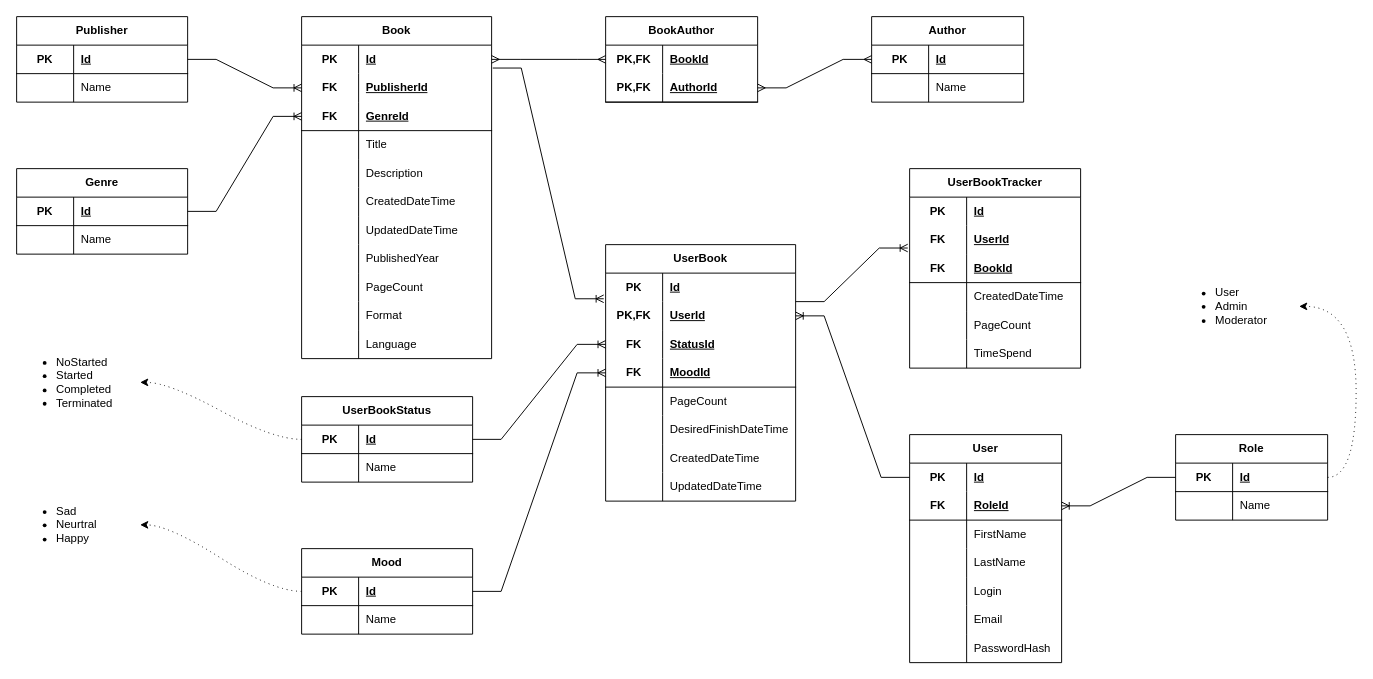
Before: docs/DatabaseDiagram.drawio in norison/BookTracker, a draw.io diagram. Source tidied: cells renumbered, new cells numbered last; positions are measured from the earlier drawing's top-left corner, leaving out a move shared by most shapes. Both pictures are drawn from the tidied source at 95%, with x=0, y=0 at pixel (16, 16).
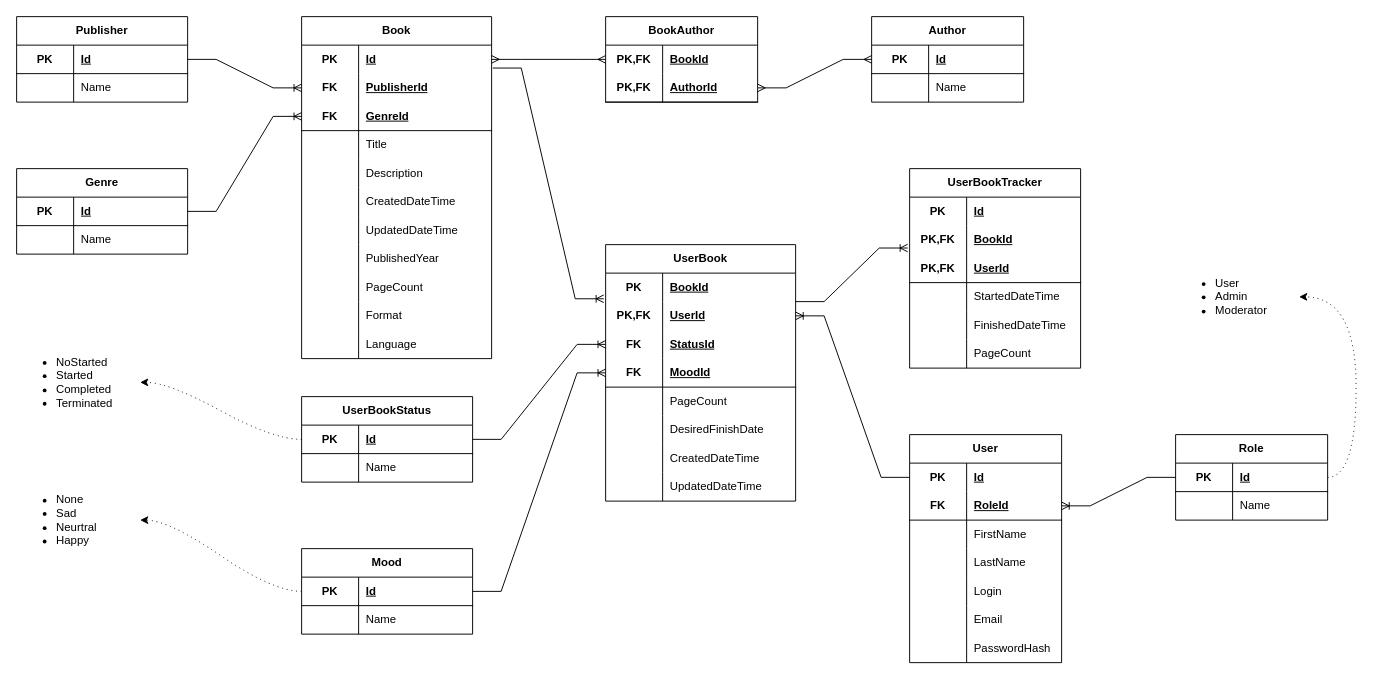
Above is the later version.

The change refers to these unchanged cells:
```xml
<mxCell id="95" style="shape=tableRow;horizontal=0;startSize=0;swimlaneHead=0;swimlaneBody=0;fillColor=none;top=0;left=0;right=0;bottom=0;html=1;" parent="94" vertex="1">
  <mxGeometry y="30" width="200" height="30" as="geometry" />
</mxCell>
<mxCell id="110" style="shape=tableRow;horizontal=0;startSize=0;swimlaneHead=0;swimlaneBody=0;fillColor=none;top=0;left=0;right=0;bottom=0;html=1;" parent="94" vertex="1">
  <mxGeometry y="180" width="200" height="30" as="geometry" />
</mxCell>
<mxCell id="127" value="UserBookTracker" style="shape=table;startSize=30;childLayout=tableLayout;rowLines=0;fontStyle=1;align=center;html=1;whiteSpace=wrap;" parent="1" vertex="1">
  <mxGeometry x="940" y="160" width="180" height="210" as="geometry" />
</mxCell>
<mxCell id="131" style="shape=tableRow;horizontal=0;startSize=0;swimlaneHead=0;swimlaneBody=0;fillColor=none;points=[[0,0.5],[1,0.5]];portConstraint=eastwest;top=0;left=0;right=0;bottom=0;html=1;" parent="127" vertex="1">
  <mxGeometry y="60" width="180" height="30" as="geometry" />
</mxCell>
<mxCell id="134" style="shape=tableRow;horizontal=0;startSize=0;swimlaneHead=0;swimlaneBody=0;fillColor=none;top=0;left=0;right=0;bottom=1;html=1;" parent="127" vertex="1">
  <mxGeometry y="90" width="180" height="30" as="geometry" />
</mxCell>
<mxCell id="137" style="shape=tableRow;horizontal=0;startSize=0;swimlaneHead=0;swimlaneBody=0;fillColor=none;top=0;left=0;right=0;bottom=0;html=1;" parent="127" vertex="1">
  <mxGeometry y="120" width="180" height="30" as="geometry" />
</mxCell>
```

Diff of the diagram source:
```diff
@@
-    <mxCell id="97" value="Id" style="shape=partialRectangle;fillColor=none;top=0;left=0;bottom=0;right=0;align=left;spacingLeft=6;fontStyle=5;overflow=hidden;html=1;whiteSpace=wrap;" parent="95" vertex="1">
+    <mxCell id="97" value="BookId" style="shape=partialRectangle;fillColor=none;top=0;left=0;bottom=0;right=0;align=left;spacingLeft=6;fontStyle=5;overflow=hidden;html=1;whiteSpace=wrap;" parent="95" vertex="1">
       <mxGeometry x="60" width="140" height="30" as="geometry" />
     </mxCell>
@@
-    <mxCell id="112" value="DesiredFinishDateTime" style="shape=partialRectangle;fillColor=none;top=0;left=0;bottom=0;right=0;align=left;spacingLeft=6;overflow=hidden;html=1;whiteSpace=wrap;" parent="110" vertex="1">
+    <mxCell id="112" value="DesiredFinishDate" style="shape=partialRectangle;fillColor=none;top=0;left=0;bottom=0;right=0;align=left;spacingLeft=6;overflow=hidden;html=1;whiteSpace=wrap;" parent="110" vertex="1">
       <mxGeometry x="60" width="140" height="30" as="geometry" />
     </mxCell>
@@
-    <mxCell id="132" value="FK" style="shape=partialRectangle;fillColor=none;top=0;left=0;bottom=0;right=0;fontStyle=1;overflow=hidden;html=1;whiteSpace=wrap;" parent="131" vertex="1">
+    <mxCell id="132" value="PK,FK" style="shape=partialRectangle;fillColor=none;top=0;left=0;bottom=0;right=0;fontStyle=1;overflow=hidden;html=1;whiteSpace=wrap;" parent="131" vertex="1">
       <mxGeometry width="60" height="30" as="geometry" />
     </mxCell>
-    <mxCell id="133" value="UserId" style="shape=partialRectangle;fillColor=none;top=0;left=0;bottom=0;right=0;align=left;spacingLeft=6;fontStyle=5;overflow=hidden;html=1;whiteSpace=wrap;" parent="131" vertex="1">
+    <mxCell id="133" value="BookId" style="shape=partialRectangle;fillColor=none;top=0;left=0;bottom=0;right=0;align=left;spacingLeft=6;fontStyle=5;overflow=hidden;html=1;whiteSpace=wrap;" parent="131" vertex="1">
       <mxGeometry x="60" width="120" height="30" as="geometry" />
     </mxCell>
@@
-    <mxCell id="135" value="FK" style="shape=partialRectangle;fillColor=none;top=0;left=0;bottom=0;right=0;fontStyle=1;overflow=hidden;html=1;whiteSpace=wrap;" parent="134" vertex="1">
+    <mxCell id="135" value="PK,FK" style="shape=partialRectangle;fillColor=none;top=0;left=0;bottom=0;right=0;fontStyle=1;overflow=hidden;html=1;whiteSpace=wrap;" parent="134" vertex="1">
       <mxGeometry width="60" height="30" as="geometry" />
     </mxCell>
-    <mxCell id="136" value="BookId" style="shape=partialRectangle;fillColor=none;top=0;left=0;bottom=0;right=0;align=left;spacingLeft=6;fontStyle=5;overflow=hidden;html=1;whiteSpace=wrap;" parent="134" vertex="1">
+    <mxCell id="136" value="UserId" style="shape=partialRectangle;fillColor=none;top=0;left=0;bottom=0;right=0;align=left;spacingLeft=6;fontStyle=5;overflow=hidden;html=1;whiteSpace=wrap;" parent="134" vertex="1">
       <mxGeometry x="60" width="120" height="30" as="geometry" />
     </mxCell>
@@
-    <mxCell id="139" value="CreatedDateTime" style="shape=partialRectangle;fillColor=none;top=0;left=0;bottom=0;right=0;align=left;spacingLeft=6;overflow=hidden;html=1;whiteSpace=wrap;" parent="137" vertex="1">
+    <mxCell id="139" value="StartedDateTime" style="shape=partialRectangle;fillColor=none;top=0;left=0;bottom=0;right=0;align=left;spacingLeft=6;overflow=hidden;html=1;whiteSpace=wrap;" parent="137" vertex="1">
       <mxGeometry x="60" width="120" height="30" as="geometry" />
     </mxCell>
+    <mxCell id="167" style="shape=tableRow;horizontal=0;startSize=0;swimlaneHead=0;swimlaneBody=0;fillColor=none;top=0;left=0;right=0;bottom=0;html=1;" parent="127" vertex="1">
+      <mxGeometry y="150" width="180" height="30" as="geometry" />
+    </mxCell>
+    <mxCell id="144" style="shape=partialRectangle;fillColor=none;top=0;left=0;bottom=0;right=0;overflow=hidden;html=1;whiteSpace=wrap;" parent="167" vertex="1">
+      <mxGeometry width="60" height="30" as="geometry" />
+    </mxCell>
+    <mxCell id="168" value="FinishedDateTime" style="shape=partialRectangle;fillColor=none;top=0;left=0;bottom=0;right=0;align=left;spacingLeft=6;overflow=hidden;html=1;whiteSpace=wrap;" parent="167" vertex="1">
+      <mxGeometry x="60" width="120" height="30" as="geometry" />
+    </mxCell>
     <mxCell id="140" style="shape=tableRow;horizontal=0;startSize=0;swimlaneHead=0;swimlaneBody=0;fillColor=none;top=0;left=0;right=0;bottom=0;html=1;" parent="127" vertex="1">
-      <mxGeometry y="150" width="180" height="30" as="geometry" />
+      <mxGeometry y="180" width="180" height="30" as="geometry" />
     </mxCell>
@@
-    <mxCell id="143" style="shape=tableRow;horizontal=0;startSize=0;swimlaneHead=0;swimlaneBody=0;fillColor=none;top=0;left=0;right=0;bottom=0;html=1;" parent="127" vertex="1">
-      <mxGeometry y="180" width="180" height="30" as="geometry" />
-    </mxCell>
-    <mxCell id="144" style="shape=partialRectangle;fillColor=none;top=0;left=0;bottom=0;right=0;overflow=hidden;html=1;whiteSpace=wrap;" parent="143" vertex="1">
-      <mxGeometry width="60" height="30" as="geometry" />
-    </mxCell>
-    <mxCell id="145" value="TimeSpend" style="shape=partialRectangle;fillColor=none;top=0;left=0;bottom=0;right=0;align=left;spacingLeft=6;overflow=hidden;html=1;whiteSpace=wrap;" parent="143" vertex="1">
-      <mxGeometry x="60" width="120" height="30" as="geometry" />
-    </mxCell>
@@
-    <mxCell id="164" value="&lt;ul&gt;&lt;li&gt;Sad&lt;/li&gt;&lt;li&gt;Neurtral&lt;/li&gt;&lt;li&gt;Happy&lt;/li&gt;&lt;/ul&gt;" style="html=1;dashed=0;whiteSpace=wrap;fillColor=none;strokeColor=none;align=left;" parent="1" vertex="1">
-      <mxGeometry y="510" width="130" height="50" as="geometry" />
+    <mxCell id="164" value="&lt;ul&gt;&lt;li&gt;None&lt;/li&gt;&lt;li&gt;Sad&lt;/li&gt;&lt;li&gt;Neurtral&lt;/li&gt;&lt;li&gt;Happy&lt;/li&gt;&lt;/ul&gt;" style="html=1;dashed=0;whiteSpace=wrap;fillColor=none;strokeColor=none;align=left;" parent="1" vertex="1">
+      <mxGeometry y="500" width="130" height="60" as="geometry" />
     </mxCell>
     <mxCell id="165" value="&lt;ul&gt;&lt;li&gt;User&lt;/li&gt;&lt;li&gt;Admin&lt;/li&gt;&lt;li&gt;Moderator&lt;/li&gt;&lt;/ul&gt;" style="html=1;dashed=0;whiteSpace=wrap;fillColor=none;strokeColor=none;align=left;" parent="1" vertex="1">
-      <mxGeometry x="1220" y="280" width="130" height="50" as="geometry" />
+      <mxGeometry x="1220" y="270" width="130" height="50" as="geometry" />
     </mxCell>
```
